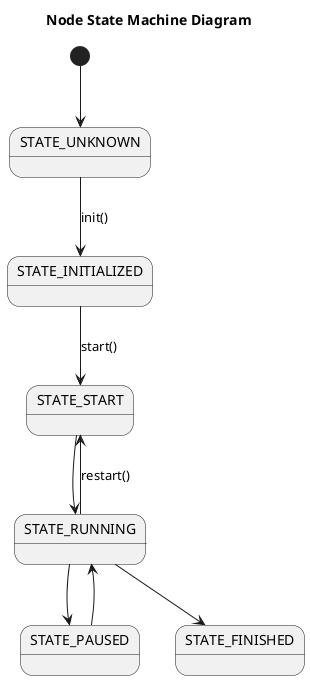
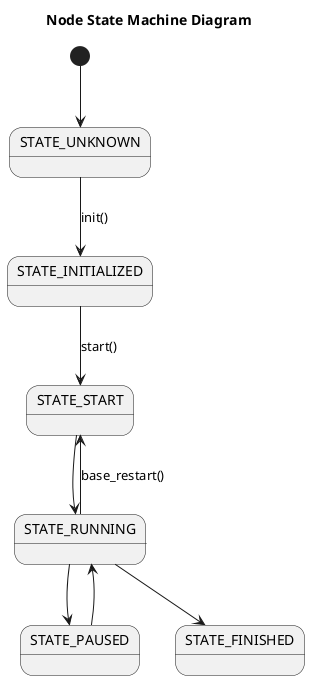
@startuml
title Node State Machine Diagram
[*] --> STATE_UNKNOWN
STATE_UNKNOWN --> STATE_INITIALIZED: init()
STATE_INITIALIZED --> STATE_START: start()
STATE_START --> STATE_RUNNING
STATE_RUNNING --> STATE_PAUSED
STATE_PAUSED --> STATE_RUNNING
- STATE_RUNNING --> STATE_START: restart()
+ STATE_RUNNING --> STATE_START: base_restart()
STATE_RUNNING --> STATE_FINISHED
@enduml